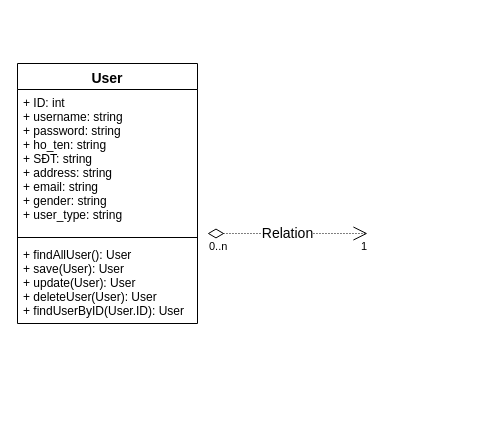
Above: page "Class ql_nguoi_dung" (8 of 17) of doc/QuanLyDoAn.drawio in lampn0/quan_ly_do_an_20211 (draw.io), before the change. Source tidied: cells renumbered, new cells numbered last; positions are measured from the earlier drawing's top-left corner, leaving out a move shared by most shapes. Both pictures are drawn from the tidied source at 100%, with x=0, y=0 at pixel (17, 63).
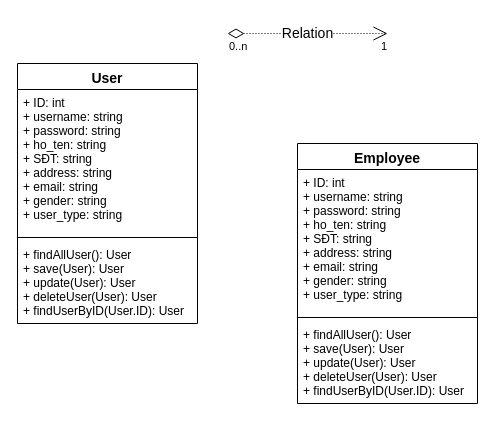
After the change.

Change to the diagram source:
```diff
@@
 <mxGraphModel>
   <root>
     <mxCell id="0" />
     <mxCell id="1" parent="0" />
     <mxCell id="2" value="User" style="swimlane;fontStyle=1;align=center;verticalAlign=top;horizontal=1;startSize=26;fontSize=14;fillColor=#FFFFFF;" parent="1" vertex="1">
       <mxGeometry width="180" height="260" as="geometry" />
     </mxCell>
     <mxCell id="3" value="+ ID: int&#10;+ username: string&#10;+ password: string&#10;+ ho_ten: string&#10;+ SĐT: string&#10;+ address: string&#10;+ email: string&#10;+ gender: string&#10;+ user_type: string" style="text;strokeColor=none;fillColor=none;align=left;verticalAlign=top;spacingLeft=4;spacingRight=4;overflow=hidden;horizontal=1;" parent="2" vertex="1">
       <mxGeometry y="26" width="180" height="144" as="geometry" />
     </mxCell>
     <mxCell id="4" style="line;strokeWidth=1;fillColor=none;align=left;verticalAlign=middle;spacingTop=-1;spacingLeft=3;spacingRight=3;labelPosition=right;" parent="2" vertex="1">
       <mxGeometry y="170" width="180" height="8" as="geometry" />
     </mxCell>
     <mxCell id="5" value="+ findAllUser(): User&#10;+ save(User): User&#10;+ update(User): User&#10;+ deleteUser(User): User&#10;+ findUserByID(User.ID): User" style="text;strokeColor=none;fillColor=none;align=left;verticalAlign=top;spacingLeft=4;spacingRight=4;overflow=hidden;" parent="2" vertex="1">
       <mxGeometry y="178" width="180" height="82" as="geometry" />
     </mxCell>
     <mxCell id="6" value="Relation" style="endArrow=open;html=1;endSize=12;startArrow=diamondThin;startSize=14;startFill=0;edgeStyle=orthogonalEdgeStyle;dashed=1;dashPattern=1 2;fontSize=14;strokeColor=#000000;" parent="1" edge="1">
       <mxGeometry relative="1" as="geometry">
-        <mxPoint x="190" y="170" as="sourcePoint" />
-        <mxPoint x="350" y="170" as="targetPoint" />
+        <mxPoint x="210" y="-30" as="sourcePoint" />
+        <mxPoint x="370" y="-30" as="targetPoint" />
       </mxGeometry>
     </mxCell>
     <mxCell id="7" value="0..n" style="edgeLabel;html=1;align=left;verticalAlign=top;" parent="6" vertex="1">
       <mxGeometry x="-1" relative="1" as="geometry" />
     </mxCell>
     <mxCell id="8" value="1" style="edgeLabel;html=1;align=right;verticalAlign=top;" parent="6" vertex="1">
       <mxGeometry x="1" relative="1" as="geometry" />
     </mxCell>
+    <mxCell id="9" value="Employee" style="swimlane;fontStyle=1;align=center;verticalAlign=top;horizontal=1;startSize=26;fontSize=14;fillColor=#FFFFFF;" parent="1" vertex="1">
+      <mxGeometry x="280" y="80" width="180" height="260" as="geometry" />
+    </mxCell>
+    <mxCell id="10" value="+ ID: int&#10;+ username: string&#10;+ password: string&#10;+ ho_ten: string&#10;+ SĐT: string&#10;+ address: string&#10;+ email: string&#10;+ gender: string&#10;+ user_type: string" style="text;strokeColor=none;fillColor=none;align=left;verticalAlign=top;spacingLeft=4;spacingRight=4;overflow=hidden;horizontal=1;" parent="9" vertex="1">
+      <mxGeometry y="26" width="180" height="144" as="geometry" />
+    </mxCell>
+    <mxCell id="11" style="line;strokeWidth=1;fillColor=none;align=left;verticalAlign=middle;spacingTop=-1;spacingLeft=3;spacingRight=3;labelPosition=right;" parent="9" vertex="1">
+      <mxGeometry y="170" width="180" height="8" as="geometry" />
+    </mxCell>
+    <mxCell id="12" value="+ findAllUser(): User&#10;+ save(User): User&#10;+ update(User): User&#10;+ deleteUser(User): User&#10;+ findUserByID(User.ID): User" style="text;strokeColor=none;fillColor=none;align=left;verticalAlign=top;spacingLeft=4;spacingRight=4;overflow=hidden;" parent="9" vertex="1">
+      <mxGeometry y="178" width="180" height="82" as="geometry" />
+    </mxCell>
   </root>
 </mxGraphModel>
```
